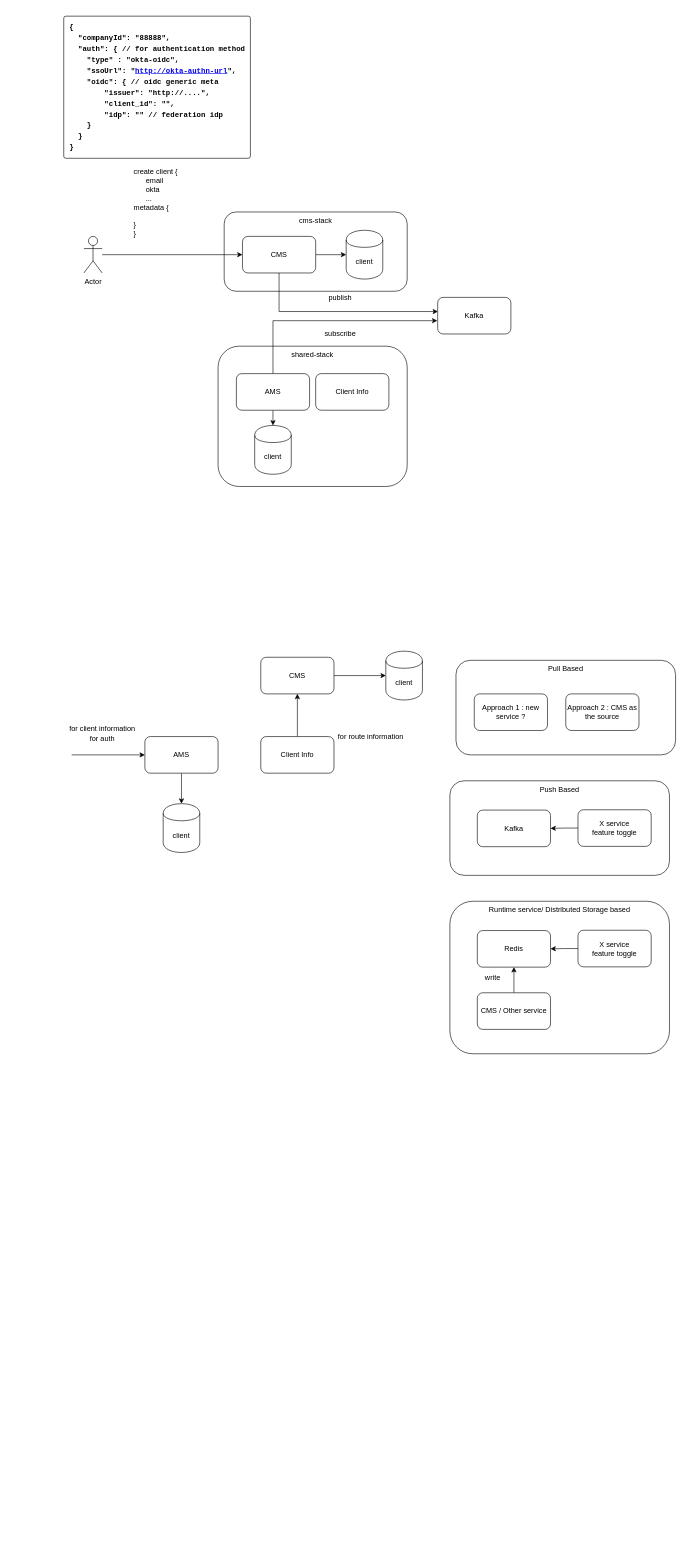
The draw.io diagram client-meta.drawio in blackjackyau/blackjackyau.github.io, before the edit. Source tidied: cells renumbered, new cells numbered last; positions are measured from the earlier drawing's top-left corner, leaving out a move shared by most shapes. Both pictures are drawn from the tidied source at 61%, with x=0, y=0 at pixel (59, 10).
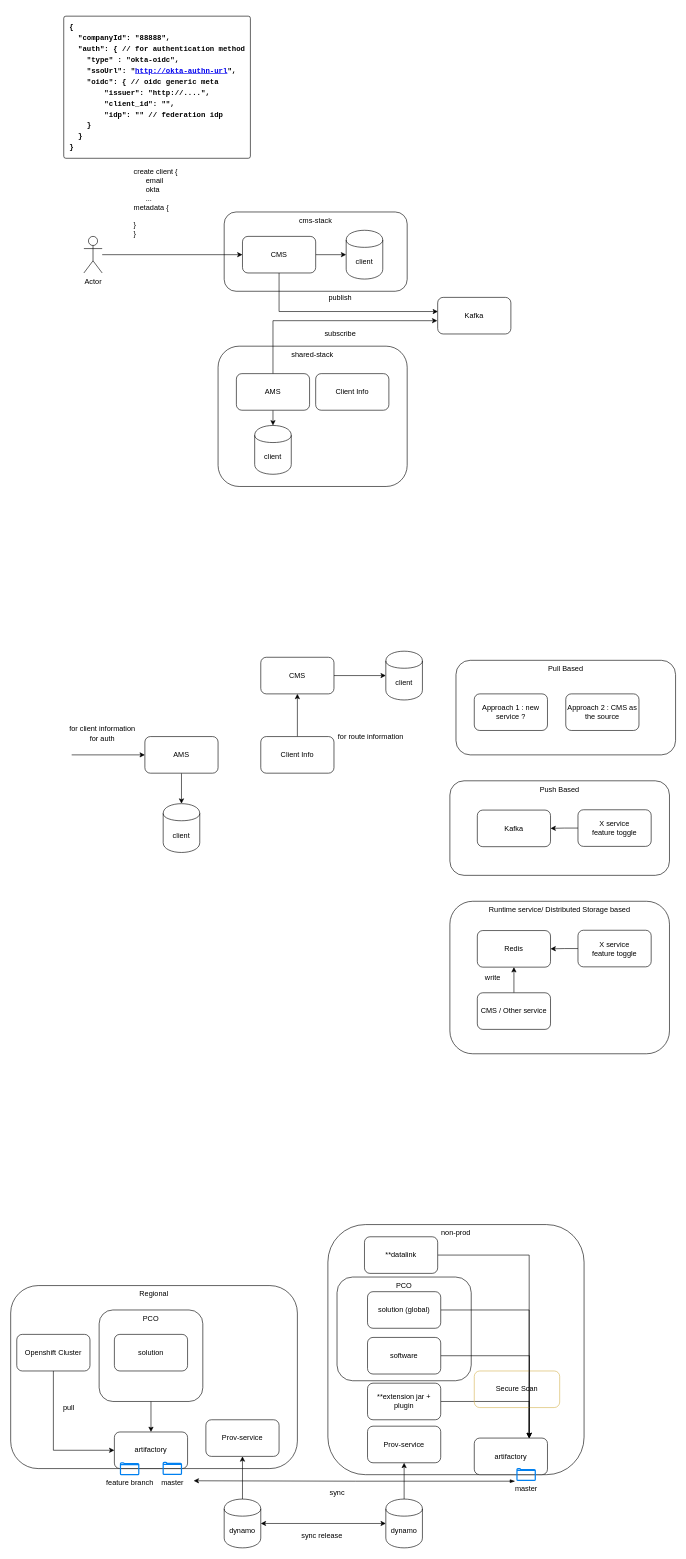
The same diagram, later.

Change to the diagram source:
```diff
@@
+    <mxCell id="45" value="Regional" style="rounded=1;whiteSpace=wrap;html=1;align=center;verticalAlign=top;" parent="1" vertex="1">
+      <mxGeometry x="-80" y="2090" width="470" height="300" as="geometry" />
+    </mxCell>
+    <mxCell id="46" value="non-prod" style="rounded=1;whiteSpace=wrap;html=1;align=center;verticalAlign=top;" parent="1" vertex="1">
+      <mxGeometry x="440" y="1990" width="420" height="410" as="geometry" />
+    </mxCell>
+    <mxCell id="47" value="solution" style="rounded=1;whiteSpace=wrap;html=1;align=center;" parent="1" vertex="1">
+      <mxGeometry x="90" y="2170" width="120" height="60" as="geometry" />
+    </mxCell>
+    <mxCell id="48" value="artifactory&lt;br&gt;" style="rounded=1;whiteSpace=wrap;html=1;align=center;" parent="1" vertex="1">
+      <mxGeometry x="90" y="2330" width="120" height="60" as="geometry" />
+    </mxCell>
+    <mxCell id="49" value="artifactory" style="rounded=1;whiteSpace=wrap;html=1;align=center;" parent="1" vertex="1">
+      <mxGeometry x="680" y="2340" width="120" height="60" as="geometry" />
+    </mxCell>
+    <mxCell id="50" style="edgeStyle=orthogonalEdgeStyle;rounded=0;jettySize=auto;html=1;entryX=0.75;entryY=0;entryDx=0;entryDy=0;" parent="1" edge="1" source="51" target="49">
+      <mxGeometry relative="1" as="geometry">
+        <Array as="points">
+          <mxPoint x="770" y="2130" />
+        </Array>
+      </mxGeometry>
+    </mxCell>
+    <mxCell id="51" value="solution (global)" style="rounded=1;whiteSpace=wrap;html=1;align=center;" parent="1" vertex="1">
+      <mxGeometry x="505" y="2100" width="120" height="60" as="geometry" />
+    </mxCell>
+    <mxCell id="52" style="edgeStyle=orthogonalEdgeStyle;rounded=0;jettySize=auto;html=1;exitX=1;exitY=0.5;exitDx=0;exitDy=0;entryX=0.75;entryY=0;entryDx=0;entryDy=0;" parent="1" edge="1" source="53" target="49">
+      <mxGeometry relative="1" as="geometry" />
+    </mxCell>
+    <mxCell id="53" value="**extension jar + plugin" style="rounded=1;whiteSpace=wrap;html=1;align=center;" parent="1" vertex="1">
+      <mxGeometry x="505" y="2250" width="120" height="60" as="geometry" />
+    </mxCell>
+    <mxCell id="54" value="Secure Scan" style="rounded=1;whiteSpace=wrap;html=1;align=center;strokeColor=#d6b656;fillColor=none;" parent="1" vertex="1">
+      <mxGeometry x="680" y="2230" width="140" height="60" as="geometry" />
+    </mxCell>
+    <mxCell id="55" style="edgeStyle=orthogonalEdgeStyle;rounded=0;jettySize=auto;html=1;endArrow=classic;endFill=1;startArrow=blockThin;startFill=1;exitX=-0.104;exitY=1.061;exitDx=0;exitDy=0;exitPerimeter=0;" parent="1" edge="1" source="72">
+      <mxGeometry relative="1" as="geometry">
+        <mxPoint x="220" y="2410" as="targetPoint" />
+        <Array as="points">
+          <mxPoint x="485" y="2410" />
+        </Array>
+      </mxGeometry>
+    </mxCell>
+    <mxCell id="56" style="edgeStyle=orthogonalEdgeStyle;rounded=0;jettySize=auto;html=1;exitX=0.5;exitY=1;exitDx=0;exitDy=0;entryX=0.5;entryY=0;entryDx=0;entryDy=0;" parent="1" edge="1" source="57" target="48">
+      <mxGeometry relative="1" as="geometry" />
+    </mxCell>
+    <mxCell id="57" value="PCO" style="rounded=1;whiteSpace=wrap;html=1;fillColor=none;align=center;verticalAlign=top;" parent="1" vertex="1">
+      <mxGeometry x="65" y="2130" width="170" height="150" as="geometry" />
+    </mxCell>
+    <mxCell id="58" style="edgeStyle=orthogonalEdgeStyle;rounded=0;jettySize=auto;html=1;exitX=0.5;exitY=1;exitDx=0;exitDy=0;entryX=0;entryY=0.5;entryDx=0;entryDy=0;startArrow=none;startFill=0;endArrow=classic;endFill=1;" parent="1" edge="1" source="59" target="48">
+      <mxGeometry relative="1" as="geometry" />
+    </mxCell>
+    <mxCell id="59" value="Openshift Cluster" style="rounded=1;whiteSpace=wrap;html=1;fillColor=none;align=center;" parent="1" vertex="1">
+      <mxGeometry x="-70" y="2170" width="120" height="60" as="geometry" />
+    </mxCell>
+    <mxCell id="60" style="edgeStyle=orthogonalEdgeStyle;rounded=0;jettySize=auto;html=1;exitX=1;exitY=0.5;exitDx=0;exitDy=0;entryX=0.75;entryY=0;entryDx=0;entryDy=0;startArrow=none;startFill=0;endArrow=classic;endFill=1;" parent="1" edge="1" source="61" target="49">
+      <mxGeometry relative="1" as="geometry" />
+    </mxCell>
+    <mxCell id="61" value="**datalink" style="rounded=1;whiteSpace=wrap;html=1;align=center;" parent="1" vertex="1">
+      <mxGeometry x="500" y="2010" width="120" height="60" as="geometry" />
+    </mxCell>
+    <mxCell id="62" value="PCO" style="rounded=1;whiteSpace=wrap;html=1;fillColor=none;align=center;verticalAlign=top;" parent="1" vertex="1">
+      <mxGeometry x="455" y="2076" width="220" height="170" as="geometry" />
+    </mxCell>
+    <mxCell id="63" value="Prov-service" style="rounded=1;whiteSpace=wrap;html=1;fillColor=none;align=center;" parent="1" vertex="1">
+      <mxGeometry x="505" y="2320.5" width="120" height="60" as="geometry" />
+    </mxCell>
+    <mxCell id="64" value="Prov-service" style="rounded=1;whiteSpace=wrap;html=1;fillColor=none;align=center;" parent="1" vertex="1">
+      <mxGeometry x="240" y="2310" width="120" height="60" as="geometry" />
+    </mxCell>
+    <mxCell id="65" style="edgeStyle=orthogonalEdgeStyle;rounded=0;jettySize=auto;html=1;exitX=0.5;exitY=0;exitDx=0;exitDy=0;startArrow=none;startFill=0;endArrow=classic;endFill=1;" parent="1" edge="1" source="66" target="63">
+      <mxGeometry relative="1" as="geometry" />
+    </mxCell>
+    <mxCell id="66" value="dynamo" style="shape=cylinder;whiteSpace=wrap;html=1;boundedLbl=1;backgroundOutline=1;fillColor=none;align=center;" parent="1" vertex="1">
+      <mxGeometry x="535" y="2440" width="60" height="80" as="geometry" />
+    </mxCell>
+    <mxCell id="67" style="edgeStyle=orthogonalEdgeStyle;rounded=0;jettySize=auto;html=1;entryX=0.5;entryY=1;entryDx=0;entryDy=0;startArrow=none;startFill=0;endArrow=classic;endFill=1;" parent="1" edge="1" source="69" target="64">
+      <mxGeometry relative="1" as="geometry" />
+    </mxCell>
+    <mxCell id="68" style="edgeStyle=orthogonalEdgeStyle;rounded=0;jettySize=auto;html=1;exitX=1;exitY=0.5;exitDx=0;exitDy=0;startArrow=classic;startFill=1;endArrow=classic;endFill=1;" parent="1" edge="1" source="69" target="66">
+      <mxGeometry relative="1" as="geometry" />
+    </mxCell>
+    <mxCell id="69" value="dynamo" style="shape=cylinder;whiteSpace=wrap;html=1;boundedLbl=1;backgroundOutline=1;fillColor=none;align=center;" parent="1" vertex="1">
+      <mxGeometry x="270" y="2440" width="60" height="80" as="geometry" />
+    </mxCell>
+    <mxCell id="70" value="feature branch" style="html=1;verticalLabelPosition=bottom;align=center;labelBackgroundColor=#ffffff;verticalAlign=top;strokeWidth=2;strokeColor=#0080F0;shadow=0;dashed=0;shape=mxgraph.ios7.icons.folder;fillColor=none;" parent="1" vertex="1">
+      <mxGeometry x="100" y="2380.5" width="30" height="19.5" as="geometry" />
+    </mxCell>
+    <mxCell id="71" value="master" style="html=1;verticalLabelPosition=bottom;align=center;labelBackgroundColor=#ffffff;verticalAlign=top;strokeWidth=2;strokeColor=#0080F0;shadow=0;dashed=0;shape=mxgraph.ios7.icons.folder;fillColor=none;" parent="1" vertex="1">
+      <mxGeometry x="170" y="2380" width="30" height="19.5" as="geometry" />
+    </mxCell>
+    <mxCell id="72" value="master" style="html=1;verticalLabelPosition=bottom;align=center;labelBackgroundColor=#ffffff;verticalAlign=top;strokeWidth=2;strokeColor=#0080F0;shadow=0;dashed=0;shape=mxgraph.ios7.icons.folder;fillColor=none;" parent="1" vertex="1">
+      <mxGeometry x="750" y="2390" width="30" height="19.5" as="geometry" />
+    </mxCell>
+    <mxCell id="73" value="sync" style="text;html=1;align=center;verticalAlign=middle;" parent="1" vertex="1">
+      <mxGeometry x="435" y="2420" width="40" height="20" as="geometry" />
+    </mxCell>
+    <mxCell id="74" value="sync release" style="text;html=1;align=center;verticalAlign=middle;" parent="1" vertex="1">
+      <mxGeometry x="390" y="2490" width="80" height="20" as="geometry" />
+    </mxCell>
+    <mxCell id="75" style="edgeStyle=orthogonalEdgeStyle;rounded=0;jettySize=auto;html=1;startArrow=none;startFill=0;endArrow=classic;endFill=1;" parent="1" edge="1" source="76">
+      <mxGeometry relative="1" as="geometry">
+        <mxPoint x="770" y="2340" as="targetPoint" />
+      </mxGeometry>
+    </mxCell>
+    <mxCell id="76" value="software" style="rounded=1;whiteSpace=wrap;html=1;align=center;" parent="1" vertex="1">
+      <mxGeometry x="505" y="2175" width="120" height="60" as="geometry" />
+    </mxCell>
+    <mxCell id="77" value="pull" style="text;html=1;align=center;verticalAlign=middle;" parent="1" vertex="1">
+      <mxGeometry y="2280" width="30" height="20" as="geometry" />
+    </mxCell>
```
